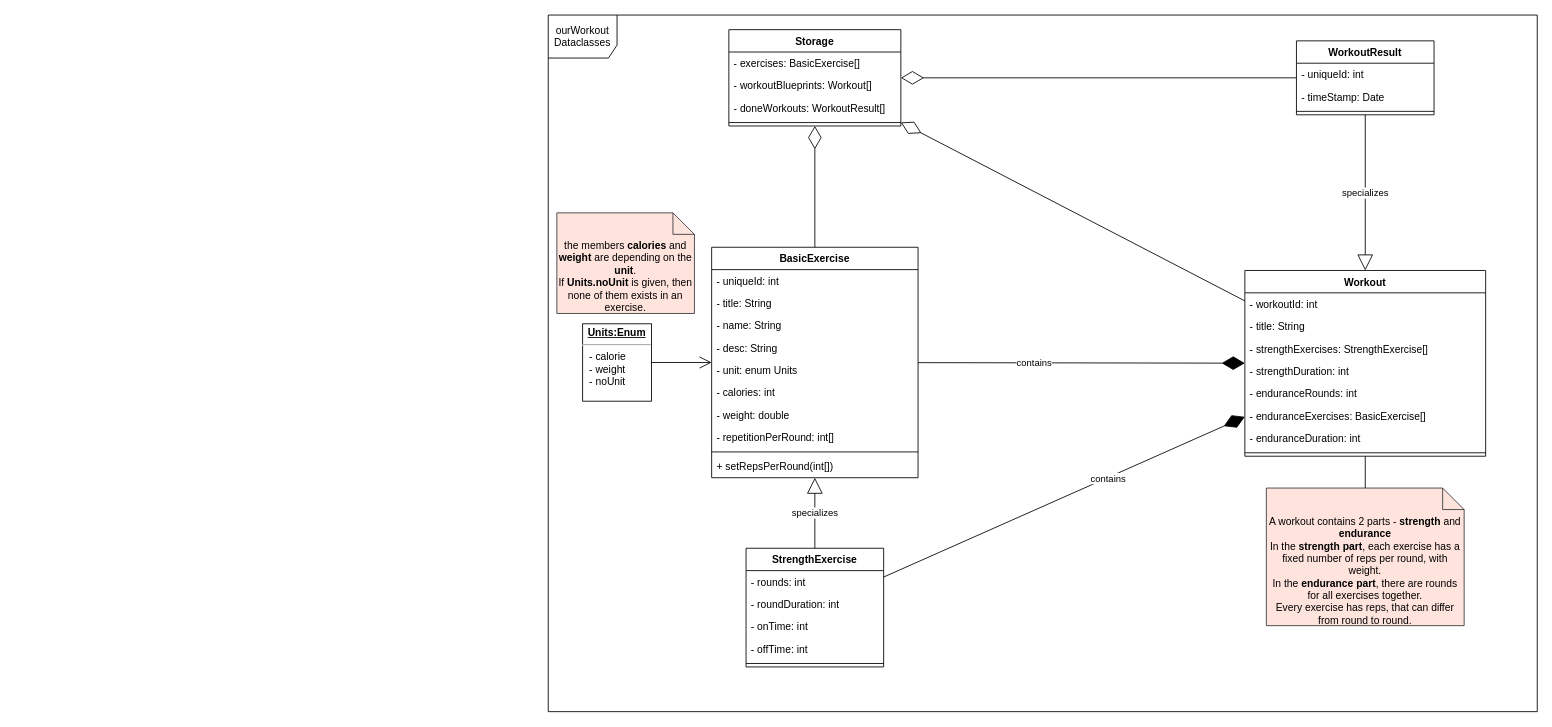
The draw.io diagram page "data-classes" (3 of 4) of 01_Documentation/diagrams.drawio in Vollol1/ourWorkout, before the edit. Source tidied: cells renumbered, new cells numbered last; positions are measured from the earlier drawing's top-left corner, leaving out a move shared by most shapes. Both pictures are drawn from the tidied source at 86%, with x=0, y=0 at pixel (548, 15).
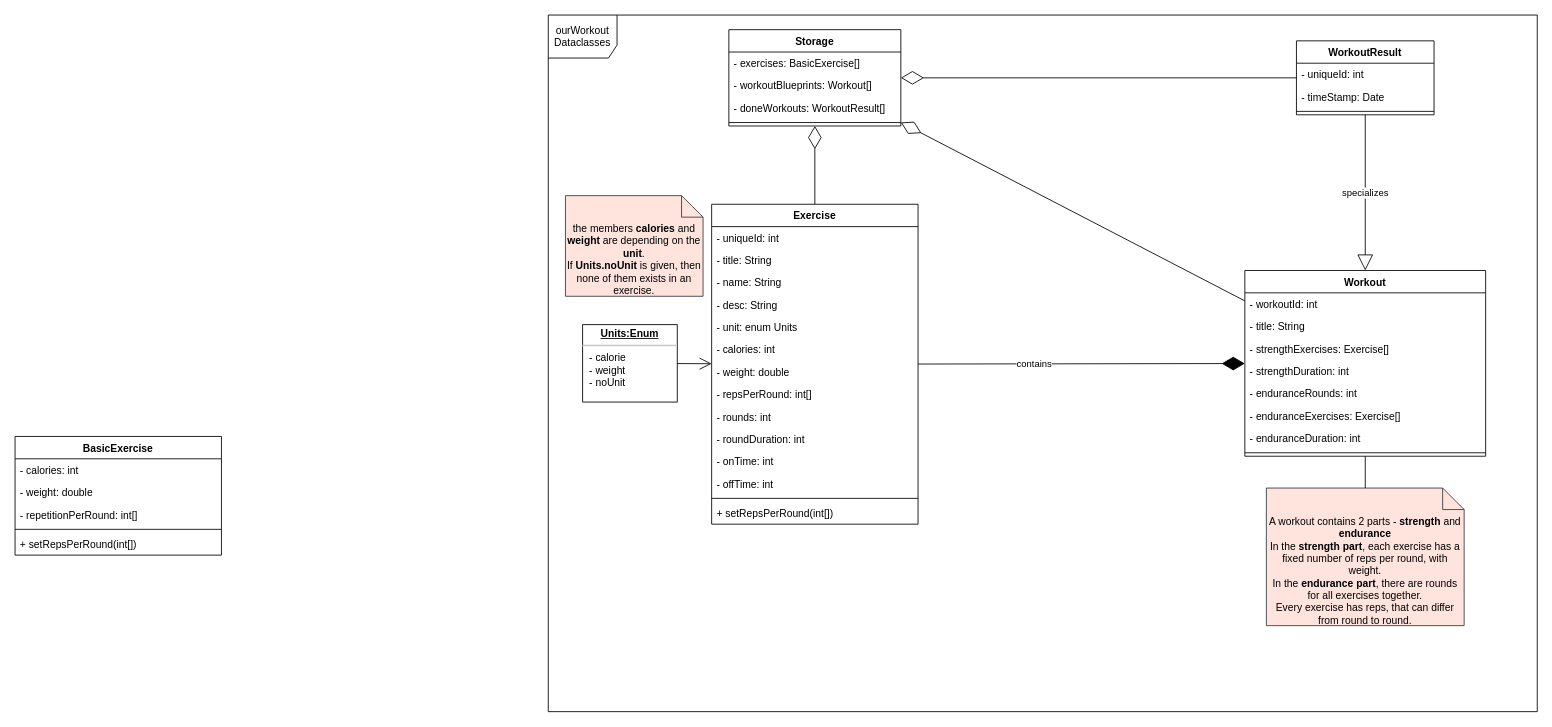
The same diagram, later.

Commit message (it also covers changes not shown here):
Edit documentation - Dataclass Exercise

The change refers to these unchanged cells:
```xml
<mxCell id="20" value="Workout" style="swimlane;fontStyle=1;align=center;verticalAlign=top;horizontal=1;startSize=26;" parent="1" vertex="1">
  <mxGeometry x="810" y="297" width="280" height="216" as="geometry" />
</mxCell>
```

What changed in the source:
```diff
@@
-    <mxCell id="3" value="BasicExercise" style="swimlane;fontStyle=1;align=center;verticalAlign=top;horizontal=1;startSize=26;" parent="1" vertex="1">
-      <mxGeometry x="190" y="270" width="240" height="268" as="geometry" />
+    <mxCell id="3" value="Exercise" style="swimlane;fontStyle=1;align=center;verticalAlign=top;horizontal=1;startSize=26;" parent="1" vertex="1">
+      <mxGeometry x="190" y="220" width="240" height="372" as="geometry" />
     </mxCell>
@@
-    <mxCell id="11" value="- repetitionPerRound: int[]" style="text;strokeColor=none;fillColor=none;align=left;verticalAlign=top;spacingLeft=4;spacingRight=4;overflow=hidden;" parent="3" vertex="1">
-      <mxGeometry y="208" width="240" height="26" as="geometry" />
-    </mxCell>
-    <mxCell id="12" style="line;strokeWidth=1;fillColor=none;align=left;verticalAlign=middle;spacingTop=-1;spacingLeft=3;spacingRight=3;labelPosition=right;strokeColor=inherit;" parent="3" vertex="1">
-      <mxGeometry y="234" width="240" height="8" as="geometry" />
-    </mxCell>
-    <mxCell id="13" value="+ setRepsPerRound(int[])" style="text;strokeColor=none;fillColor=none;align=left;verticalAlign=top;spacingLeft=4;spacingRight=4;overflow=hidden;" parent="3" vertex="1">
-      <mxGeometry y="242" width="240" height="26" as="geometry" />
-    </mxCell>
-    <mxCell id="14" value="StrengthExercise" style="swimlane;fontStyle=1;align=center;verticalAlign=top;horizontal=1;startSize=26;" parent="1" vertex="1">
-      <mxGeometry x="230" y="620" width="160" height="138" as="geometry" />
-    </mxCell>
+    <mxCell id="52" value="- repsPerRound: int[]" style="text;strokeColor=none;fillColor=none;align=left;verticalAlign=top;spacingLeft=4;spacingRight=4;overflow=hidden;" parent="3" vertex="1">
+      <mxGeometry y="208" width="240" height="26" as="geometry" />
+    </mxCell>
-    <mxCell id="15" value="- rounds: int" style="text;strokeColor=none;fillColor=none;align=left;verticalAlign=top;spacingLeft=4;spacingRight=4;overflow=hidden;" parent="14" vertex="1">
-      <mxGeometry y="26" width="160" height="26" as="geometry" />
+    <mxCell id="15" value="- rounds: int" style="text;strokeColor=none;fillColor=none;align=left;verticalAlign=top;spacingLeft=4;spacingRight=4;overflow=hidden;" parent="3" vertex="1">
+      <mxGeometry y="234" width="240" height="26" as="geometry" />
     </mxCell>
-    <mxCell id="16" value="- roundDuration: int" style="text;strokeColor=none;fillColor=none;align=left;verticalAlign=top;spacingLeft=4;spacingRight=4;overflow=hidden;" parent="14" vertex="1">
-      <mxGeometry y="52" width="160" height="26" as="geometry" />
+    <mxCell id="16" value="- roundDuration: int" style="text;strokeColor=none;fillColor=none;align=left;verticalAlign=top;spacingLeft=4;spacingRight=4;overflow=hidden;" parent="3" vertex="1">
+      <mxGeometry y="260" width="240" height="26" as="geometry" />
     </mxCell>
-    <mxCell id="17" value="- onTime: int" style="text;strokeColor=none;fillColor=none;align=left;verticalAlign=top;spacingLeft=4;spacingRight=4;overflow=hidden;" parent="14" vertex="1">
-      <mxGeometry y="78" width="160" height="26" as="geometry" />
+    <mxCell id="17" value="- onTime: int" style="text;strokeColor=none;fillColor=none;align=left;verticalAlign=top;spacingLeft=4;spacingRight=4;overflow=hidden;" parent="3" vertex="1">
+      <mxGeometry y="286" width="240" height="26" as="geometry" />
     </mxCell>
-    <mxCell id="18" value="- offTime: int" style="text;strokeColor=none;fillColor=none;align=left;verticalAlign=top;spacingLeft=4;spacingRight=4;overflow=hidden;" parent="14" vertex="1">
-      <mxGeometry y="104" width="160" height="26" as="geometry" />
+    <mxCell id="18" value="- offTime: int" style="text;strokeColor=none;fillColor=none;align=left;verticalAlign=top;spacingLeft=4;spacingRight=4;overflow=hidden;" parent="3" vertex="1">
+      <mxGeometry y="312" width="240" height="26" as="geometry" />
     </mxCell>
-    <mxCell id="19" style="line;strokeWidth=1;fillColor=none;align=left;verticalAlign=middle;spacingTop=-1;spacingLeft=3;spacingRight=3;labelPosition=right;strokeColor=inherit;" parent="14" vertex="1">
-      <mxGeometry y="130" width="160" height="8" as="geometry" />
-    </mxCell>
+    <mxCell id="12" style="line;strokeWidth=1;fillColor=none;align=left;verticalAlign=middle;spacingTop=-1;spacingLeft=3;spacingRight=3;labelPosition=right;strokeColor=inherit;" parent="3" vertex="1">
+      <mxGeometry y="338" width="240" height="8" as="geometry" />
+    </mxCell>
+    <mxCell id="13" value="+ setRepsPerRound(int[])" style="text;strokeColor=none;fillColor=none;align=left;verticalAlign=top;spacingLeft=4;spacingRight=4;overflow=hidden;" parent="3" vertex="1">
+      <mxGeometry y="346" width="240" height="26" as="geometry" />
+    </mxCell>
@@
-    <mxCell id="23" value="- strengthExercises: StrengthExercise[]" style="text;strokeColor=none;fillColor=none;align=left;verticalAlign=top;spacingLeft=4;spacingRight=4;overflow=hidden;" parent="20" vertex="1">
+    <mxCell id="23" value="- strengthExercises: Exercise[]" style="text;strokeColor=none;fillColor=none;align=left;verticalAlign=top;spacingLeft=4;spacingRight=4;overflow=hidden;" parent="20" vertex="1">
       <mxGeometry y="78" width="280" height="26" as="geometry" />
     </mxCell>
@@
-    <mxCell id="26" value="- enduranceExercises: BasicExercise[]" style="text;strokeColor=none;fillColor=none;align=left;verticalAlign=top;spacingLeft=4;spacingRight=4;overflow=hidden;" parent="20" vertex="1">
+    <mxCell id="26" value="- enduranceExercises: Exercise[]" style="text;strokeColor=none;fillColor=none;align=left;verticalAlign=top;spacingLeft=4;spacingRight=4;overflow=hidden;" parent="20" vertex="1">
       <mxGeometry y="156" width="280" height="26" as="geometry" />
     </mxCell>
@@
-    <mxCell id="38" value="&lt;p style=&quot;margin:0px;margin-top:4px;text-align:center;text-decoration:underline;&quot;&gt;&lt;b&gt;Units:Enum&lt;/b&gt;&lt;/p&gt;&lt;hr&gt;&lt;p style=&quot;margin:0px;margin-left:8px;&quot;&gt;- calorie&lt;br&gt;- weight&lt;br&gt;- noUnit&lt;/p&gt;&lt;p style=&quot;margin:0px;margin-left:8px;&quot;&gt;&lt;br&gt;&lt;/p&gt;" style="verticalAlign=top;align=left;overflow=fill;fontSize=12;fontFamily=Helvetica;html=1;" parent="1" vertex="1">
-      <mxGeometry x="40" y="359" width="80" height="90" as="geometry" />
-    </mxCell>
-    <mxCell id="39" value="specializes" style="endArrow=block;endSize=16;endFill=0;html=1;rounded=0;" parent="1" edge="1" source="14" target="3">
-      <mxGeometry relative="1" as="geometry" />
-    </mxCell>
-    <mxCell id="40" style="endArrow=open;endFill=1;endSize=12;html=1;rounded=0;" parent="1" edge="1" source="38" target="3">
-      <mxGeometry relative="1" as="geometry" />
-    </mxCell>
@@
-    <mxCell id="43" style="endArrow=diamondThin;endFill=1;endSize=24;html=1;rounded=0;" parent="1" edge="1" source="14" target="20">
-      <mxGeometry relative="1" as="geometry" />
-    </mxCell>
-    <mxCell id="44" value="contains" style="edgeLabel;html=1;align=center;verticalAlign=middle;" parent="43" vertex="1">
-      <mxGeometry x="0.24" y="-1" relative="1" as="geometry" />
-    </mxCell>
@@
     <mxCell id="51" value="the members &lt;b&gt;calories &lt;/b&gt;and &lt;b&gt;weight&lt;/b&gt;&amp;nbsp;are depending on the &lt;b&gt;unit&lt;/b&gt;.&lt;br&gt;If &lt;b&gt;Units.noUnit&lt;/b&gt;&amp;nbsp;is given, then none of them exists in an exercise." style="shape=note2;boundedLbl=1;whiteSpace=wrap;html=1;size=25;verticalAlign=top;align=center;fillColor=#FFE4DE;strokeColor=#36393d;" parent="1" vertex="1">
-      <mxGeometry x="10" y="230" width="160" height="117" as="geometry" />
+      <mxGeometry x="20" y="210" width="160" height="117" as="geometry" />
     </mxCell>
+    <mxCell id="53" value="BasicExercise" style="swimlane;fontStyle=1;align=center;verticalAlign=top;horizontal=1;startSize=26;" parent="1" vertex="1">
+      <mxGeometry x="-620" y="490" width="240" height="138" as="geometry" />
+    </mxCell>
+    <mxCell id="54" value="- calories: int" style="text;strokeColor=none;fillColor=none;align=left;verticalAlign=top;spacingLeft=4;spacingRight=4;overflow=hidden;" parent="53" vertex="1">
+      <mxGeometry y="26" width="240" height="26" as="geometry" />
+    </mxCell>
+    <mxCell id="55" value="- weight: double" style="text;strokeColor=none;fillColor=none;align=left;verticalAlign=top;spacingLeft=4;spacingRight=4;overflow=hidden;" parent="53" vertex="1">
+      <mxGeometry y="52" width="240" height="26" as="geometry" />
+    </mxCell>
+    <mxCell id="11" value="- repetitionPerRound: int[]" style="text;strokeColor=none;fillColor=none;align=left;verticalAlign=top;spacingLeft=4;spacingRight=4;overflow=hidden;" parent="53" vertex="1">
+      <mxGeometry y="78" width="240" height="26" as="geometry" />
+    </mxCell>
+    <mxCell id="56" style="line;strokeWidth=1;fillColor=none;align=left;verticalAlign=middle;spacingTop=-1;spacingLeft=3;spacingRight=3;labelPosition=right;strokeColor=inherit;" parent="53" vertex="1">
+      <mxGeometry y="104" width="240" height="8" as="geometry" />
+    </mxCell>
+    <mxCell id="57" value="+ setRepsPerRound(int[])" style="text;strokeColor=none;fillColor=none;align=left;verticalAlign=top;spacingLeft=4;spacingRight=4;overflow=hidden;" parent="53" vertex="1">
+      <mxGeometry y="112" width="240" height="26" as="geometry" />
+    </mxCell>
+    <mxCell id="38" value="&lt;p style=&quot;margin:0px;margin-top:4px;text-align:center;text-decoration:underline;&quot;&gt;&lt;b&gt;Units:Enum&lt;/b&gt;&lt;/p&gt;&lt;hr&gt;&lt;p style=&quot;margin:0px;margin-left:8px;&quot;&gt;- calorie&lt;br&gt;- weight&lt;br&gt;- noUnit&lt;/p&gt;&lt;p style=&quot;margin:0px;margin-left:8px;&quot;&gt;&lt;br&gt;&lt;/p&gt;" style="verticalAlign=top;align=left;overflow=fill;fontSize=12;fontFamily=Helvetica;html=1;" parent="1" vertex="1">
+      <mxGeometry x="40" y="360" width="110" height="90" as="geometry" />
+    </mxCell>
+    <mxCell id="40" style="endArrow=open;endFill=1;endSize=12;html=1;rounded=0;" parent="1" edge="1" source="38" target="3">
+      <mxGeometry relative="1" as="geometry" />
+    </mxCell>
```
